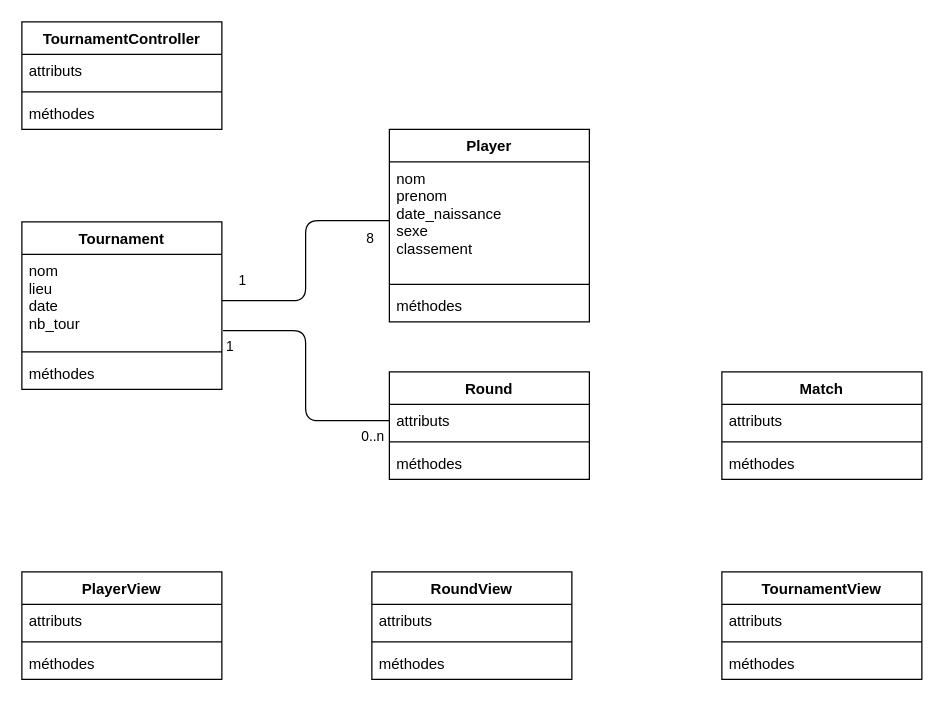
Above: diag_class.drawio in seah78/P4 (draw.io), before the change. Source tidied: cells renumbered, new cells numbered last; positions are measured from the earlier drawing's top-left corner, leaving out a move shared by most shapes. Both pictures are drawn from the tidied source at 125%, with x=0, y=0 at pixel (21, 21).
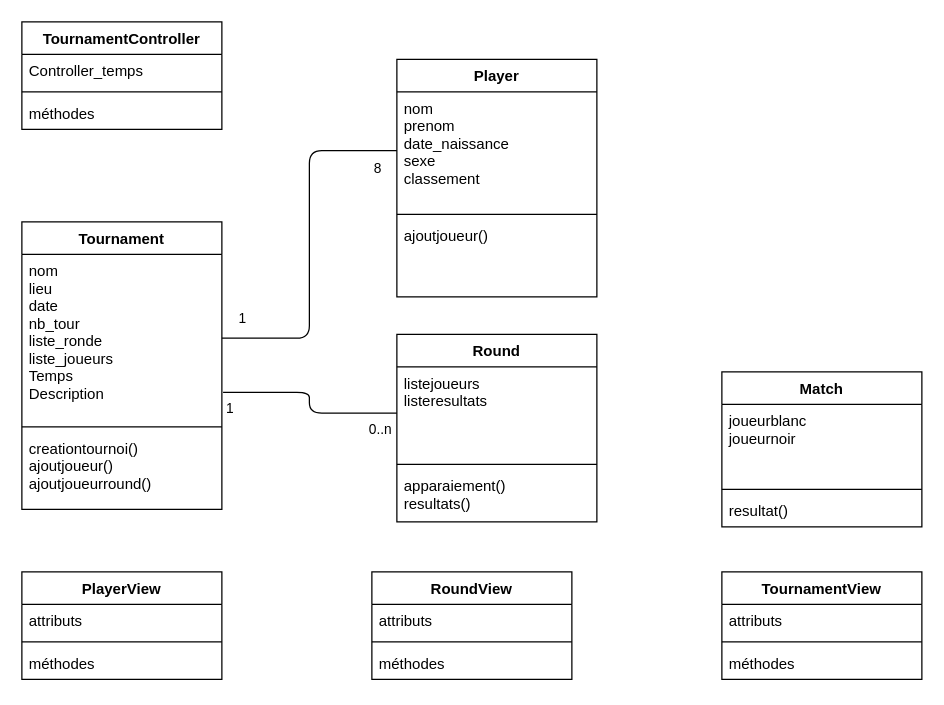
Above is the later version.

Unchanged cells that the change refers to:
```xml
<mxCell id="2" value="TournamentController" style="swimlane;fontStyle=1;align=center;verticalAlign=top;horizontal=1;startSize=26;" parent="1" vertex="1">
  <mxGeometry width="160" height="86" as="geometry" />
</mxCell>
```

Change to the diagram source:
```diff
@@
-    <mxCell id="3" value="attributs" style="text;strokeColor=none;fillColor=none;align=left;verticalAlign=top;spacingLeft=4;spacingRight=4;overflow=hidden;" parent="2" vertex="1">
+    <mxCell id="3" value="Controller_temps" style="text;strokeColor=none;fillColor=none;align=left;verticalAlign=top;spacingLeft=4;spacingRight=4;overflow=hidden;" parent="2" vertex="1">
       <mxGeometry y="26" width="160" height="26" as="geometry" />
     </mxCell>
@@
     <mxCell id="6" value="Round" style="swimlane;fontStyle=1;align=center;verticalAlign=top;horizontal=1;startSize=26;" parent="1" vertex="1">
-      <mxGeometry x="294" y="280" width="160" height="86" as="geometry" />
+      <mxGeometry x="300" y="250" width="160" height="150" as="geometry" />
     </mxCell>
-    <mxCell id="7" value="attributs" style="text;strokeColor=none;fillColor=none;align=left;verticalAlign=top;spacingLeft=4;spacingRight=4;overflow=hidden;points=[[0,0.5],[1,0.5]];portConstraint=eastwest;" parent="6" vertex="1">
-      <mxGeometry y="26" width="160" height="26" as="geometry" />
+    <mxCell id="7" value="listejoueurs&#10;listeresultats" style="text;strokeColor=none;fillColor=none;align=left;verticalAlign=top;spacingLeft=4;spacingRight=4;overflow=hidden;points=[[0,0.5],[1,0.5]];portConstraint=eastwest;" parent="6" vertex="1">
+      <mxGeometry y="26" width="160" height="74" as="geometry" />
     </mxCell>
     <mxCell id="8" style="line;strokeWidth=1;fillColor=none;align=left;verticalAlign=middle;spacingTop=-1;spacingLeft=3;spacingRight=3;labelPosition=right;" parent="6" vertex="1">
-      <mxGeometry y="52" width="160" height="8" as="geometry" />
+      <mxGeometry y="100" width="160" height="8" as="geometry" />
     </mxCell>
-    <mxCell id="9" value="méthodes&#10;" style="text;strokeColor=none;fillColor=none;align=left;verticalAlign=top;spacingLeft=4;spacingRight=4;overflow=hidden;" parent="6" vertex="1">
-      <mxGeometry y="60" width="160" height="26" as="geometry" />
+    <mxCell id="9" value="apparaiement()&#10;resultats()" style="text;strokeColor=none;fillColor=none;align=left;verticalAlign=top;spacingLeft=4;spacingRight=4;overflow=hidden;" parent="6" vertex="1">
+      <mxGeometry y="108" width="160" height="42" as="geometry" />
     </mxCell>
     <mxCell id="10" value="Player" style="swimlane;fontStyle=1;align=center;verticalAlign=top;horizontal=1;startSize=26;" parent="1" vertex="1">
-      <mxGeometry x="294" y="86" width="160" height="154" as="geometry" />
+      <mxGeometry x="300" y="30" width="160" height="190" as="geometry" />
     </mxCell>
@@
-    <mxCell id="13" value="méthodes&#10;" style="text;strokeColor=none;fillColor=none;align=left;verticalAlign=top;spacingLeft=4;spacingRight=4;overflow=hidden;" parent="10" vertex="1">
-      <mxGeometry y="128" width="160" height="26" as="geometry" />
+    <mxCell id="13" value="ajoutjoueur()&#10;" style="text;strokeColor=none;fillColor=none;align=left;verticalAlign=top;spacingLeft=4;spacingRight=4;overflow=hidden;" parent="10" vertex="1">
+      <mxGeometry y="128" width="160" height="62" as="geometry" />
     </mxCell>
     <mxCell id="14" value="Match" style="swimlane;fontStyle=1;align=center;verticalAlign=top;horizontal=1;startSize=26;" parent="1" vertex="1">
-      <mxGeometry x="560" y="280" width="160" height="86" as="geometry" />
+      <mxGeometry x="560" y="280" width="160" height="124" as="geometry" />
     </mxCell>
-    <mxCell id="15" value="attributs" style="text;strokeColor=none;fillColor=none;align=left;verticalAlign=top;spacingLeft=4;spacingRight=4;overflow=hidden;" parent="14" vertex="1">
-      <mxGeometry y="26" width="160" height="26" as="geometry" />
+    <mxCell id="15" value="joueurblanc&#10;joueurnoir&#10;" style="text;strokeColor=none;fillColor=none;align=left;verticalAlign=top;spacingLeft=4;spacingRight=4;overflow=hidden;" parent="14" vertex="1">
+      <mxGeometry y="26" width="160" height="64" as="geometry" />
     </mxCell>
     <mxCell id="16" style="line;strokeWidth=1;fillColor=none;align=left;verticalAlign=middle;spacingTop=-1;spacingLeft=3;spacingRight=3;labelPosition=right;" parent="14" vertex="1">
-      <mxGeometry y="52" width="160" height="8" as="geometry" />
+      <mxGeometry y="90" width="160" height="8" as="geometry" />
     </mxCell>
-    <mxCell id="17" value="méthodes&#10;" style="text;strokeColor=none;fillColor=none;align=left;verticalAlign=top;spacingLeft=4;spacingRight=4;overflow=hidden;" parent="14" vertex="1">
-      <mxGeometry y="60" width="160" height="26" as="geometry" />
+    <mxCell id="17" value="resultat()" style="text;strokeColor=none;fillColor=none;align=left;verticalAlign=top;spacingLeft=4;spacingRight=4;overflow=hidden;" parent="14" vertex="1">
+      <mxGeometry y="98" width="160" height="26" as="geometry" />
     </mxCell>
@@
     <mxCell id="22" value="Tournament" style="swimlane;fontStyle=1;align=center;verticalAlign=top;horizontal=1;startSize=26;" parent="1" vertex="1">
-      <mxGeometry y="160" width="160" height="134" as="geometry" />
+      <mxGeometry y="160" width="160" height="230" as="geometry" />
     </mxCell>
-    <mxCell id="23" value="nom&#10;lieu&#10;date&#10;nb_tour&#10;" style="text;strokeColor=none;fillColor=none;align=left;verticalAlign=top;spacingLeft=4;spacingRight=4;overflow=hidden;points=[[0,0.5],[1,0.5]];portConstraint=eastwest;" parent="22" vertex="1">
-      <mxGeometry y="26" width="160" height="74" as="geometry" />
+    <mxCell id="23" value="nom&#10;lieu&#10;date&#10;nb_tour&#10;liste_ronde&#10;liste_joueurs&#10;Temps&#10;Description" style="text;strokeColor=none;fillColor=none;align=left;verticalAlign=top;spacingLeft=4;spacingRight=4;overflow=hidden;points=[[0,0.5],[1,0.5]];portConstraint=eastwest;" parent="22" vertex="1">
+      <mxGeometry y="26" width="160" height="134" as="geometry" />
     </mxCell>
     <mxCell id="24" style="line;strokeWidth=1;fillColor=none;align=left;verticalAlign=middle;spacingTop=-1;spacingLeft=3;spacingRight=3;labelPosition=right;" parent="22" vertex="1">
-      <mxGeometry y="100" width="160" height="8" as="geometry" />
+      <mxGeometry y="160" width="160" height="8" as="geometry" />
     </mxCell>
-    <mxCell id="25" value="méthodes&#10;" style="text;strokeColor=none;fillColor=none;align=left;verticalAlign=top;spacingLeft=4;spacingRight=4;overflow=hidden;" parent="22" vertex="1">
-      <mxGeometry y="108" width="160" height="26" as="geometry" />
+    <mxCell id="25" value="creationtournoi()&#10;ajoutjoueur()&#10;ajoutjoueurround()&#10;" style="text;strokeColor=none;fillColor=none;align=left;verticalAlign=top;spacingLeft=4;spacingRight=4;overflow=hidden;" parent="22" vertex="1">
+      <mxGeometry y="168" width="160" height="62" as="geometry" />
     </mxCell>
```
